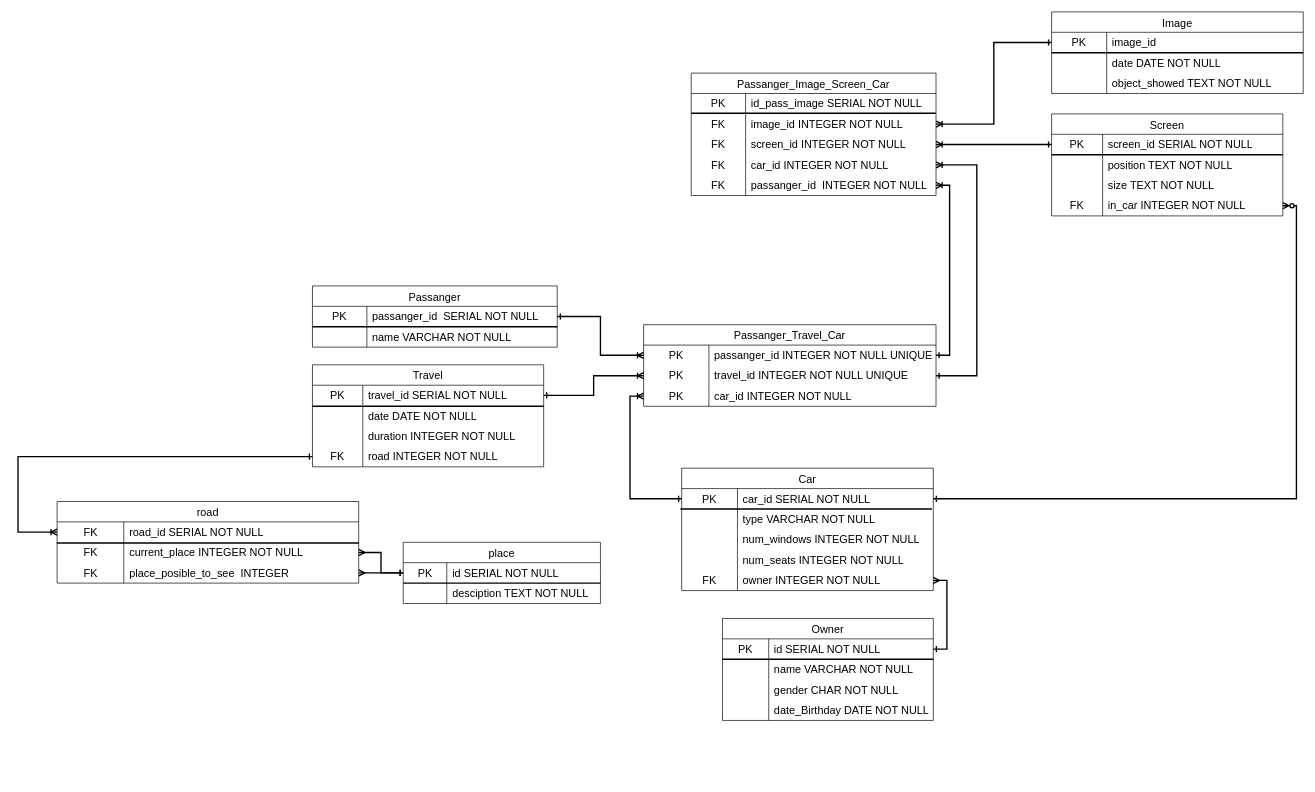
The draw.io diagram Untitled Diagram.drawio in J-RAY3E/UNI, before the edit. Source tidied: cells renumbered, new cells numbered last; positions are measured from the earlier drawing's top-left corner, leaving out a move shared by most shapes. Both pictures are drawn from the tidied source at 68%, with x=0, y=0 at pixel (18, 12).
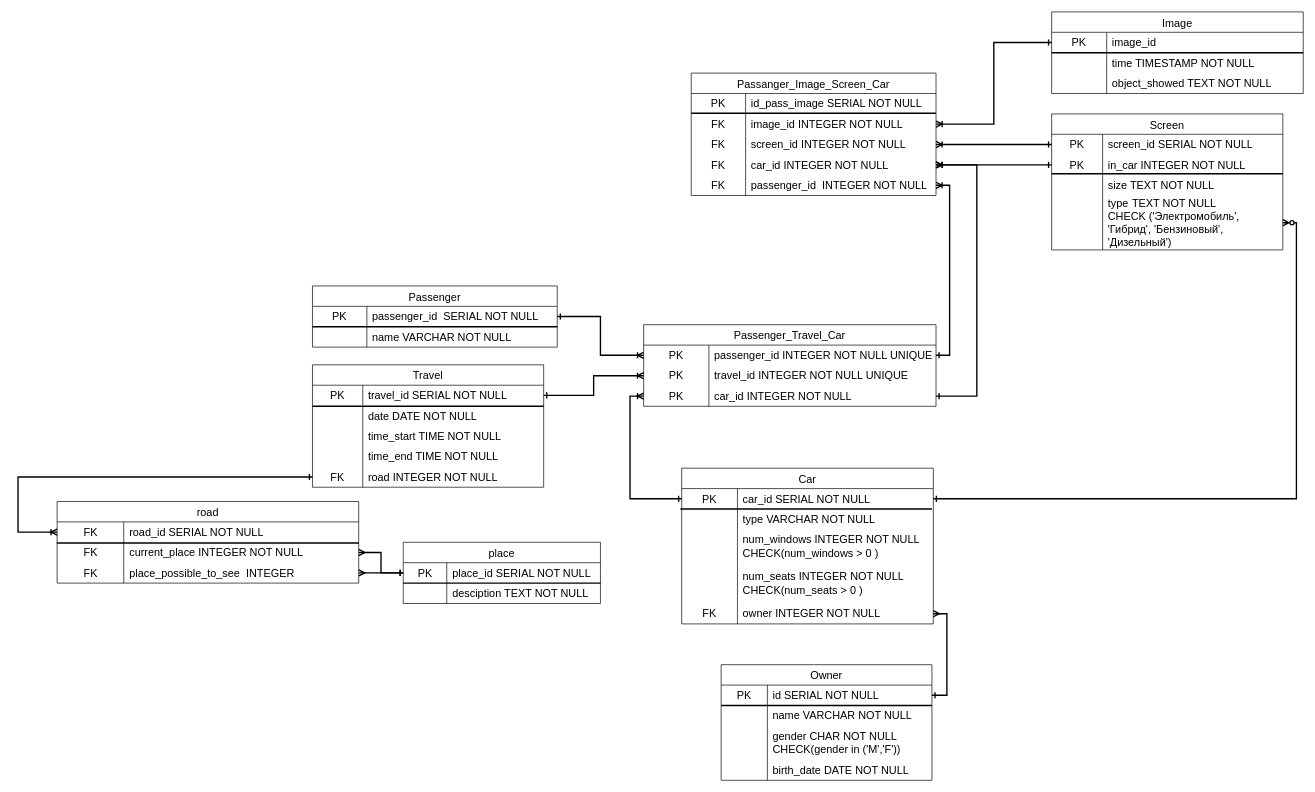
The same diagram, later.

Unchanged cells that the change refers to:
```xml
<mxCell id="3" style="shape=tableRow;horizontal=0;startSize=0;swimlaneHead=0;swimlaneBody=0;top=0;left=0;bottom=0;right=0;fillColor=none;points=[[0,0.5],[1,0.5]];portConstraint=eastwest;strokeColor=inherit;fontSize=16;" parent="2" vertex="1">
  <mxGeometry y="30" width="310" height="30" as="geometry" />
</mxCell>
<mxCell id="40" style="shape=tableRow;horizontal=0;startSize=0;swimlaneHead=0;swimlaneBody=0;top=0;left=0;bottom=0;right=0;fillColor=none;strokeColor=inherit;fontSize=16;" parent="33" vertex="1">
  <mxGeometry y="90" width="340" height="30" as="geometry" />
</mxCell>
<mxCell id="51" style="shape=tableRow;horizontal=0;startSize=0;swimlaneHead=0;swimlaneBody=0;top=0;left=0;bottom=0;right=0;fillColor=none;strokeColor=inherit;fontSize=16;" parent="47" vertex="1">
  <mxGeometry y="60" width="370" height="30" as="geometry" />
</mxCell>
<mxCell id="62" style="shape=tableRow;horizontal=0;startSize=0;swimlaneHead=0;swimlaneBody=0;top=0;left=0;bottom=0;right=0;fillColor=none;points=[[0,0.5],[1,0.5]];portConstraint=eastwest;strokeColor=inherit;fontSize=16;" parent="58" vertex="1">
  <mxGeometry y="60" width="340" height="30" as="geometry" />
</mxCell>
<mxCell id="72" style="shape=tableRow;horizontal=0;startSize=0;swimlaneHead=0;swimlaneBody=0;top=0;left=0;bottom=0;right=0;fillColor=none;points=[[0,0.5],[1,0.5]];portConstraint=eastwest;strokeColor=inherit;fontSize=16;" parent="71" vertex="1">
  <mxGeometry y="30" width="360" height="30" as="geometry" />
</mxCell>
<mxCell id="80" style="shape=tableRow;horizontal=0;startSize=0;swimlaneHead=0;swimlaneBody=0;top=0;left=0;bottom=0;right=0;fillColor=none;points=[[0,0.5],[1,0.5]];portConstraint=eastwest;strokeColor=inherit;fontSize=16;" parent="79" vertex="1">
  <mxGeometry y="30" width="290" height="30" as="geometry" />
</mxCell>
<mxCell id="92" style="shape=tableRow;horizontal=0;startSize=0;swimlaneHead=0;swimlaneBody=0;top=0;left=0;bottom=0;right=0;fillColor=none;points=[[0,0.5],[1,0.5]];portConstraint=eastwest;strokeColor=inherit;fontSize=16;" parent="91" vertex="1">
  <mxGeometry y="30" width="443.5" height="30" as="geometry" />
</mxCell>
<mxCell id="98" style="shape=tableRow;horizontal=0;startSize=0;swimlaneHead=0;swimlaneBody=0;top=0;left=0;bottom=0;right=0;fillColor=none;points=[[0,0.5],[1,0.5]];portConstraint=eastwest;strokeColor=inherit;fontSize=16;" parent="91" vertex="1">
  <mxGeometry y="90" width="443.5" height="30" as="geometry" />
</mxCell>
<mxCell id="114" style="shape=tableRow;horizontal=0;startSize=0;swimlaneHead=0;swimlaneBody=0;top=0;left=0;bottom=0;right=0;fillColor=none;points=[[0,0.5],[1,0.5]];portConstraint=eastwest;strokeColor=inherit;fontSize=16;" parent="104" vertex="1">
  <mxGeometry y="120" width="360" height="30" as="geometry" />
</mxCell>
<mxCell id="117" style="shape=tableRow;horizontal=0;startSize=0;swimlaneHead=0;swimlaneBody=0;top=0;left=0;bottom=0;right=0;fillColor=none;points=[[0,0.5],[1,0.5]];portConstraint=eastwest;strokeColor=inherit;fontSize=16;" parent="104" vertex="1">
  <mxGeometry y="150" width="360" height="30" as="geometry" />
</mxCell>
<mxCell id="122" style="shape=tableRow;horizontal=0;startSize=0;swimlaneHead=0;swimlaneBody=0;top=0;left=0;bottom=0;right=0;fillColor=none;points=[[0,0.5],[1,0.5]];portConstraint=eastwest;strokeColor=inherit;fontSize=16;" parent="121" vertex="1">
  <mxGeometry y="30" width="430" height="30" as="geometry" />
</mxCell>
<mxCell id="125" style="shape=tableRow;horizontal=0;startSize=0;swimlaneHead=0;swimlaneBody=0;top=0;left=0;bottom=0;right=0;fillColor=none;points=[[0,0.5],[1,0.5]];portConstraint=eastwest;strokeColor=inherit;fontSize=16;" parent="121" vertex="1">
  <mxGeometry y="60" width="430" height="30" as="geometry" />
</mxCell>
<mxCell id="128" style="shape=tableRow;horizontal=0;startSize=0;swimlaneHead=0;swimlaneBody=0;top=0;left=0;bottom=0;right=0;fillColor=none;points=[[0,0.5],[1,0.5]];portConstraint=eastwest;strokeColor=inherit;fontSize=16;" parent="121" vertex="1">
  <mxGeometry y="90" width="430" height="30" as="geometry" />
</mxCell>
```

Change to the diagram source:
```diff
@@
     <mxCell id="2" value="Owner" style="shape=table;startSize=30;childLayout=tableLayout;rowLines=0;fontStyle=0;strokeColor=default;fontSize=16;" parent="1" vertex="1">
-      <mxGeometry x="1036" y="892" width="310" height="150" as="geometry" />
+      <mxGeometry x="1034" y="960" width="310" height="170" as="geometry" />
     </mxCell>
@@
     <mxCell id="9" style="shape=tableRow;horizontal=0;startSize=0;swimlaneHead=0;swimlaneBody=0;top=0;left=0;bottom=0;right=0;fillColor=none;strokeColor=inherit;fontSize=16;" parent="2" vertex="1">
-      <mxGeometry y="90" width="310" height="30" as="geometry" />
+      <mxGeometry y="90" width="310" height="50" as="geometry" />
     </mxCell>
     <mxCell id="10" style="shape=partialRectangle;html=1;whiteSpace=wrap;fillColor=none;top=0;left=0;bottom=0;right=0;overflow=hidden;strokeColor=inherit;fontSize=16;" parent="9" vertex="1">
-      <mxGeometry width="68" height="30" as="geometry" />
+      <mxGeometry width="68" height="50" as="geometry" />
     </mxCell>
-    <mxCell id="11" value="gender CHAR NOT NULL" style="shape=partialRectangle;html=1;whiteSpace=wrap;fillColor=none;top=0;left=0;bottom=0;right=0;align=left;spacingLeft=6;overflow=hidden;strokeColor=inherit;fontSize=16;" parent="9" vertex="1">
-      <mxGeometry x="68" width="242" height="30" as="geometry" />
+    <mxCell id="11" value="gender CHAR NOT NULL&lt;div&gt;CHECK(gender in ('M','F'))&lt;/div&gt;" style="shape=partialRectangle;html=1;whiteSpace=wrap;fillColor=none;top=0;left=0;bottom=0;right=0;align=left;spacingLeft=6;overflow=hidden;strokeColor=inherit;fontSize=16;" parent="9" vertex="1">
+      <mxGeometry x="68" width="242" height="50" as="geometry" />
     </mxCell>
     <mxCell id="12" style="shape=tableRow;horizontal=0;startSize=0;swimlaneHead=0;swimlaneBody=0;top=0;left=0;bottom=0;right=0;fillColor=none;strokeColor=inherit;fontSize=16;" parent="2" vertex="1">
-      <mxGeometry y="120" width="310" height="30" as="geometry" />
+      <mxGeometry y="140" width="310" height="30" as="geometry" />
     </mxCell>
@@
-    <mxCell id="14" value="date_Birthday DATE NOT NULL" style="shape=partialRectangle;html=1;whiteSpace=wrap;fillColor=none;top=0;left=0;bottom=0;right=0;align=left;spacingLeft=6;overflow=hidden;strokeColor=inherit;fontSize=16;" parent="12" vertex="1">
+    <mxCell id="14" value="birth_date DATE NOT NULL" style="shape=partialRectangle;html=1;whiteSpace=wrap;fillColor=none;top=0;left=0;bottom=0;right=0;align=left;spacingLeft=6;overflow=hidden;strokeColor=inherit;fontSize=16;" parent="12" vertex="1">
       <mxGeometry x="68" width="242" height="30" as="geometry" />
     </mxCell>
     <mxCell id="15" style="line;strokeWidth=2;html=1;" parent="1" vertex="1">
-      <mxGeometry x="1036" y="947" width="310" height="10" as="geometry" />
+      <mxGeometry x="1034" y="1015" width="310" height="10" as="geometry" />
     </mxCell>
     <mxCell id="16" value="Car" style="shape=table;startSize=30;childLayout=tableLayout;rowLines=0;fontStyle=0;strokeColor=default;fontSize=16;" parent="1" vertex="1">
-      <mxGeometry x="976" y="671" width="370" height="180" as="geometry" />
+      <mxGeometry x="976" y="671" width="370" height="229" as="geometry" />
     </mxCell>
@@
     <mxCell id="23" style="shape=tableRow;horizontal=0;startSize=0;swimlaneHead=0;swimlaneBody=0;top=0;left=0;bottom=0;right=0;fillColor=none;strokeColor=inherit;fontSize=16;" parent="16" vertex="1">
-      <mxGeometry y="90" width="370" height="30" as="geometry" />
+      <mxGeometry y="90" width="370" height="49" as="geometry" />
     </mxCell>
     <mxCell id="24" style="shape=partialRectangle;html=1;whiteSpace=wrap;fillColor=none;top=0;left=0;bottom=0;right=0;overflow=hidden;strokeColor=inherit;fontSize=16;" parent="23" vertex="1">
-      <mxGeometry width="82" height="30" as="geometry" />
+      <mxGeometry width="82" height="49" as="geometry" />
     </mxCell>
-    <mxCell id="25" value="num_windows INTEGER NOT NULL" style="shape=partialRectangle;html=1;whiteSpace=wrap;fillColor=none;top=0;left=0;bottom=0;right=0;align=left;spacingLeft=6;overflow=hidden;strokeColor=inherit;fontSize=16;" parent="23" vertex="1">
-      <mxGeometry x="82" width="288" height="30" as="geometry" />
+    <mxCell id="25" value="num_windows INTEGER NOT NULL&lt;div&gt;CHECK(num_windows &amp;gt; 0 )&lt;/div&gt;" style="shape=partialRectangle;html=1;whiteSpace=wrap;fillColor=none;top=0;left=0;bottom=0;right=0;align=left;spacingLeft=6;overflow=hidden;strokeColor=inherit;fontSize=16;" parent="23" vertex="1">
+      <mxGeometry x="82" width="288" height="49" as="geometry" />
     </mxCell>
     <mxCell id="26" style="shape=tableRow;horizontal=0;startSize=0;swimlaneHead=0;swimlaneBody=0;top=0;left=0;bottom=0;right=0;fillColor=none;strokeColor=inherit;fontSize=16;" parent="16" vertex="1">
-      <mxGeometry y="120" width="370" height="30" as="geometry" />
+      <mxGeometry y="139" width="370" height="60" as="geometry" />
     </mxCell>
     <mxCell id="27" style="shape=partialRectangle;html=1;whiteSpace=wrap;fillColor=none;top=0;left=0;bottom=0;right=0;overflow=hidden;strokeColor=inherit;fontSize=16;" parent="26" vertex="1">
-      <mxGeometry width="82" height="30" as="geometry" />
+      <mxGeometry width="82" height="60" as="geometry" />
     </mxCell>
-    <mxCell id="28" value="num_seats INTEGER NOT NULL" style="shape=partialRectangle;html=1;whiteSpace=wrap;fillColor=none;top=0;left=0;bottom=0;right=0;align=left;spacingLeft=6;overflow=hidden;strokeColor=inherit;fontSize=16;" parent="26" vertex="1">
-      <mxGeometry x="82" width="288" height="30" as="geometry" />
+    <mxCell id="28" value="num_seats INTEGER NOT NULL&lt;div&gt;CHECK(num_seats &amp;gt; 0 )&lt;/div&gt;" style="shape=partialRectangle;html=1;whiteSpace=wrap;fillColor=none;top=0;left=0;bottom=0;right=0;align=left;spacingLeft=6;overflow=hidden;strokeColor=inherit;fontSize=16;" parent="26" vertex="1">
+      <mxGeometry x="82" width="288" height="60" as="geometry" />
     </mxCell>
     <mxCell id="29" style="shape=tableRow;horizontal=0;startSize=0;swimlaneHead=0;swimlaneBody=0;top=0;left=0;bottom=0;right=0;fillColor=none;points=[[0,0.5],[1,0.5]];portConstraint=eastwest;strokeColor=inherit;fontSize=16;" parent="16" vertex="1">
-      <mxGeometry y="150" width="370" height="30" as="geometry" />
+      <mxGeometry y="199" width="370" height="30" as="geometry" />
     </mxCell>
@@
     <mxCell id="33" value="Travel" style="shape=table;startSize=30;childLayout=tableLayout;rowLines=0;fontStyle=0;strokeColor=default;fontSize=16;" parent="1" vertex="1">
-      <mxGeometry x="433" y="519" width="340" height="150" as="geometry" />
+      <mxGeometry x="433" y="519" width="340" height="180" as="geometry" />
     </mxCell>
@@
-    <mxCell id="42" value="duration INTEGER NOT NULL" style="shape=partialRectangle;html=1;whiteSpace=wrap;fillColor=none;top=0;left=0;bottom=0;right=0;align=left;spacingLeft=6;overflow=hidden;strokeColor=inherit;fontSize=16;" parent="40" vertex="1">
+    <mxCell id="42" value="time_start TIME NOT NULL" style="shape=partialRectangle;html=1;whiteSpace=wrap;fillColor=none;top=0;left=0;bottom=0;right=0;align=left;spacingLeft=6;overflow=hidden;strokeColor=inherit;fontSize=16;" parent="40" vertex="1">
       <mxGeometry x="74" width="266" height="30" as="geometry" />
     </mxCell>
+    <mxCell id="139" style="shape=tableRow;horizontal=0;startSize=0;swimlaneHead=0;swimlaneBody=0;top=0;left=0;bottom=0;right=0;fillColor=none;strokeColor=inherit;fontSize=16;" parent="33" vertex="1">
+      <mxGeometry y="120" width="340" height="30" as="geometry" />
+    </mxCell>
+    <mxCell id="140" style="shape=partialRectangle;html=1;whiteSpace=wrap;fillColor=none;top=0;left=0;bottom=0;right=0;overflow=hidden;strokeColor=inherit;fontSize=16;" parent="139" vertex="1">
+      <mxGeometry width="74" height="30" as="geometry" />
+    </mxCell>
+    <mxCell id="141" value="time_end TIME NOT NULL" style="shape=partialRectangle;html=1;whiteSpace=wrap;fillColor=none;top=0;left=0;bottom=0;right=0;align=left;spacingLeft=6;overflow=hidden;strokeColor=inherit;fontSize=16;" parent="139" vertex="1">
+      <mxGeometry x="74" width="266" height="30" as="geometry" />
+    </mxCell>
     <mxCell id="43" style="shape=tableRow;horizontal=0;startSize=0;swimlaneHead=0;swimlaneBody=0;top=0;left=0;bottom=0;right=0;fillColor=none;points=[[0,0.5],[1,0.5]];portConstraint=eastwest;strokeColor=inherit;fontSize=16;" parent="33" vertex="1">
-      <mxGeometry y="120" width="340" height="30" as="geometry" />
+      <mxGeometry y="150" width="340" height="30" as="geometry" />
     </mxCell>
@@
-    <mxCell id="53" value="date DATE NOT NULL" style="shape=partialRectangle;html=1;whiteSpace=wrap;fillColor=none;top=0;left=0;bottom=0;right=0;align=left;spacingLeft=6;overflow=hidden;strokeColor=inherit;fontSize=16;" parent="51" vertex="1">
+    <mxCell id="53" value="time TIMESTAMP NOT NULL" style="shape=partialRectangle;html=1;whiteSpace=wrap;fillColor=none;top=0;left=0;bottom=0;right=0;align=left;spacingLeft=6;overflow=hidden;strokeColor=inherit;fontSize=16;" parent="51" vertex="1">
       <mxGeometry x="81" width="289" height="30" as="geometry" />
     </mxCell>
@@
     <mxCell id="58" value="Screen" style="shape=table;startSize=30;childLayout=tableLayout;rowLines=0;fontStyle=0;strokeColor=default;fontSize=16;" parent="1" vertex="1">
-      <mxGeometry x="1520" y="150" width="340" height="150" as="geometry" />
+      <mxGeometry x="1520" y="150" width="340" height="200" as="geometry" />
     </mxCell>
@@
-    <mxCell id="63" style="shape=partialRectangle;html=1;whiteSpace=wrap;fillColor=none;top=0;left=0;bottom=0;right=0;overflow=hidden;strokeColor=inherit;fontSize=16;" parent="62" vertex="1">
+    <mxCell id="63" value="PK" style="shape=partialRectangle;html=1;whiteSpace=wrap;fillColor=none;top=0;left=0;bottom=0;right=0;overflow=hidden;strokeColor=inherit;fontSize=16;" parent="62" vertex="1">
       <mxGeometry width="75" height="30" as="geometry" />
     </mxCell>
-    <mxCell id="64" value="position TEXT&amp;nbsp;NOT NULL" style="shape=partialRectangle;html=1;whiteSpace=wrap;fillColor=none;top=0;left=0;bottom=0;right=0;align=left;spacingLeft=6;overflow=hidden;strokeColor=inherit;fontSize=16;" parent="62" vertex="1">
+    <mxCell id="64" value="in_car INTEGER NOT NULL" style="shape=partialRectangle;html=1;whiteSpace=wrap;fillColor=none;top=0;left=0;bottom=0;right=0;align=left;spacingLeft=6;overflow=hidden;strokeColor=inherit;fontSize=16;" parent="62" vertex="1">
       <mxGeometry x="75" width="265" height="30" as="geometry" />
     </mxCell>
@@
     <mxCell id="68" style="shape=tableRow;horizontal=0;startSize=0;swimlaneHead=0;swimlaneBody=0;top=0;left=0;bottom=0;right=0;fillColor=none;points=[[0,0.5],[1,0.5]];portConstraint=eastwest;strokeColor=inherit;fontSize=16;" parent="58" vertex="1">
-      <mxGeometry y="120" width="340" height="30" as="geometry" />
+      <mxGeometry y="120" width="340" height="80" as="geometry" />
     </mxCell>
-    <mxCell id="69" value="FK" style="shape=partialRectangle;html=1;whiteSpace=wrap;fillColor=none;top=0;left=0;bottom=0;right=0;overflow=hidden;strokeColor=inherit;fontSize=16;" parent="68" vertex="1">
-      <mxGeometry width="75" height="30" as="geometry" />
+    <mxCell id="69" style="shape=partialRectangle;html=1;whiteSpace=wrap;fillColor=none;top=0;left=0;bottom=0;right=0;overflow=hidden;strokeColor=inherit;fontSize=16;" parent="68" vertex="1">
+      <mxGeometry width="75" height="80" as="geometry" />
     </mxCell>
-    <mxCell id="70" value="in_car INTEGER NOT NULL" style="shape=partialRectangle;html=1;whiteSpace=wrap;fillColor=none;top=0;left=0;bottom=0;right=0;align=left;spacingLeft=6;overflow=hidden;strokeColor=inherit;fontSize=16;" parent="68" vertex="1">
-      <mxGeometry x="75" width="265" height="30" as="geometry" />
+    <mxCell id="70" value="type&lt;span style=&quot;white-space: pre;&quot;&gt;&#9;&lt;/span&gt;TEXT NOT NULL&lt;div&gt;CHECK&amp;nbsp;('Электромобиль', 'Гибрид', 'Бензиновый', 'Дизельный')&lt;/div&gt;" style="shape=partialRectangle;html=1;whiteSpace=wrap;fillColor=none;top=0;left=0;bottom=0;right=0;align=left;spacingLeft=6;overflow=hidden;strokeColor=inherit;fontSize=16;" parent="68" vertex="1">
+      <mxGeometry x="75" width="265" height="80" as="geometry" />
     </mxCell>
-    <mxCell id="71" value="Passanger" style="shape=table;startSize=30;childLayout=tableLayout;rowLines=0;fontStyle=0;strokeColor=default;fontSize=16;" parent="1" vertex="1">
+    <mxCell id="71" value="Passenger" style="shape=table;startSize=30;childLayout=tableLayout;rowLines=0;fontStyle=0;strokeColor=default;fontSize=16;" parent="1" vertex="1">
       <mxGeometry x="433" y="403" width="360" height="90" as="geometry" />
     </mxCell>
@@
-    <mxCell id="74" value="passanger_id&amp;nbsp; SERIAL NOT NULL" style="shape=partialRectangle;html=1;whiteSpace=wrap;fillColor=none;top=0;left=0;bottom=0;right=0;align=left;spacingLeft=6;overflow=hidden;strokeColor=inherit;fontSize=16;" parent="72" vertex="1">
+    <mxCell id="74" value="passenger_id&amp;nbsp; SERIAL NOT NULL" style="shape=partialRectangle;html=1;whiteSpace=wrap;fillColor=none;top=0;left=0;bottom=0;right=0;align=left;spacingLeft=6;overflow=hidden;strokeColor=inherit;fontSize=16;" parent="72" vertex="1">
       <mxGeometry x="80" width="280" height="30" as="geometry" />
     </mxCell>
@@
-    <mxCell id="82" value="id SERIAL NOT NULL" style="shape=partialRectangle;html=1;whiteSpace=wrap;fillColor=none;top=0;left=0;bottom=0;right=0;align=left;spacingLeft=6;overflow=hidden;strokeColor=inherit;fontSize=16;" parent="80" vertex="1">
+    <mxCell id="82" value="place_id SERIAL NOT NULL" style="shape=partialRectangle;html=1;whiteSpace=wrap;fillColor=none;top=0;left=0;bottom=0;right=0;align=left;spacingLeft=6;overflow=hidden;strokeColor=inherit;fontSize=16;" parent="80" vertex="1">
       <mxGeometry x="64" width="226" height="30" as="geometry" />
     </mxCell>
@@
     <mxCell id="87" style="line;strokeWidth=2;html=1;" parent="1" vertex="1">
-      <mxGeometry x="1520" y="205" width="340" height="10" as="geometry" />
+      <mxGeometry x="1520" y="233" width="340" height="10" as="geometry" />
     </mxCell>
     <mxCell id="88" style="edgeStyle=orthogonalEdgeStyle;rounded=0;jettySize=auto;html=1;entryX=1;entryY=0.5;entryDx=0;entryDy=0;startArrow=ERone;startFill=0;endArrow=ERmany;endFill=0;strokeWidth=2;" parent="1" edge="1" source="3" target="29">
       <mxGeometry relative="1" as="geometry">
         <Array as="points">
-          <mxPoint x="1366" y="937" />
-          <mxPoint x="1366" y="836" />
+          <mxPoint x="1366" y="1005" />
+          <mxPoint x="1366" y="885" />
         </Array>
       </mxGeometry>
     </mxCell>
@@
-    <mxCell id="100" value="place_posible_to_see&amp;nbsp; INTEGER" style="shape=partialRectangle;html=1;whiteSpace=wrap;fillColor=none;top=0;left=0;bottom=0;right=0;align=left;spacingLeft=6;overflow=hidden;strokeColor=inherit;fontSize=16;" parent="98" vertex="1">
+    <mxCell id="100" value="place_possible_to_see&amp;nbsp; INTEGER" style="shape=partialRectangle;html=1;whiteSpace=wrap;fillColor=none;top=0;left=0;bottom=0;right=0;align=left;spacingLeft=6;overflow=hidden;strokeColor=inherit;fontSize=16;" parent="98" vertex="1">
       <mxGeometry x="98" width="345" height="30" as="geometry" />
     </mxCell>
@@
-    <mxCell id="119" value="passanger_id&amp;nbsp;&amp;nbsp;INTEGER NOT NULL" style="shape=partialRectangle;html=1;whiteSpace=wrap;fillColor=none;top=0;left=0;bottom=0;right=0;align=left;spacingLeft=6;overflow=hidden;strokeColor=inherit;fontSize=16;" parent="117" vertex="1">
+    <mxCell id="119" value="passenger_id&amp;nbsp;&amp;nbsp;INTEGER NOT NULL" style="shape=partialRectangle;html=1;whiteSpace=wrap;fillColor=none;top=0;left=0;bottom=0;right=0;align=left;spacingLeft=6;overflow=hidden;strokeColor=inherit;fontSize=16;" parent="117" vertex="1">
       <mxGeometry x="80" width="280" height="30" as="geometry" />
     </mxCell>
@@
-    <mxCell id="121" value="Passanger_Travel_Car" style="shape=table;startSize=30;childLayout=tableLayout;rowLines=0;fontStyle=0;strokeColor=default;fontSize=16;" parent="1" vertex="1">
+    <mxCell id="121" value="Passenger_Travel_Car" style="shape=table;startSize=30;childLayout=tableLayout;rowLines=0;fontStyle=0;strokeColor=default;fontSize=16;" parent="1" vertex="1">
       <mxGeometry x="920" y="460" width="430" height="120" as="geometry" />
     </mxCell>
@@
-    <mxCell id="124" value="passanger_id INTEGER NOT NULL UNIQUE" style="shape=partialRectangle;html=1;whiteSpace=wrap;fillColor=none;top=0;left=0;bottom=0;right=0;align=left;spacingLeft=6;overflow=hidden;strokeColor=inherit;fontSize=16;" parent="122" vertex="1">
+    <mxCell id="124" value="passenger_id INTEGER NOT NULL UNIQUE" style="shape=partialRectangle;html=1;whiteSpace=wrap;fillColor=none;top=0;left=0;bottom=0;right=0;align=left;spacingLeft=6;overflow=hidden;strokeColor=inherit;fontSize=16;" parent="122" vertex="1">
       <mxGeometry x="96" width="334" height="30" as="geometry" />
     </mxCell>
@@
     <mxCell id="134" style="edgeStyle=orthogonalEdgeStyle;rounded=0;jettySize=auto;html=1;entryX=0;entryY=0.5;entryDx=0;entryDy=0;endArrow=ERone;endFill=0;startArrow=ERoneToMany;startFill=0;strokeWidth=2;" parent="1" edge="1" source="92" target="43">
       <mxGeometry relative="1" as="geometry">
         <Array as="points">
           <mxPoint y="765" />
-          <mxPoint y="654" />
+          <mxPoint y="684" />
         </Array>
       </mxGeometry>
     </mxCell>
@@
-    <mxCell id="138" style="edgeStyle=orthogonalEdgeStyle;rounded=0;jettySize=auto;html=1;entryX=1;entryY=0.5;entryDx=0;entryDy=0;strokeWidth=2;startArrow=ERone;startFill=0;endArrow=ERoneToMany;endFill=0;" parent="1" edge="1" source="125" target="114">
+    <mxCell id="138" style="edgeStyle=orthogonalEdgeStyle;rounded=0;jettySize=auto;html=1;entryX=1;entryY=0.5;entryDx=0;entryDy=0;strokeWidth=2;startArrow=ERone;startFill=0;endArrow=ERoneToMany;endFill=0;exitX=1;exitY=0.5;exitDx=0;exitDy=0;" parent="1" edge="1" source="128" target="114">
       <mxGeometry relative="1" as="geometry">
         <Array as="points">
-          <mxPoint x="1410" y="535" />
+          <mxPoint x="1410" y="565" />
           <mxPoint x="1410" y="225" />
         </Array>
       </mxGeometry>
     </mxCell>
+    <mxCell id="142" style="edgeStyle=orthogonalEdgeStyle;rounded=0;jettySize=auto;html=1;entryX=1;entryY=0.5;entryDx=0;entryDy=0;strokeWidth=2;endArrow=ERoneToMany;endFill=0;startArrow=ERone;startFill=0;" parent="1" edge="1" source="62" target="114">
+      <mxGeometry relative="1" as="geometry" />
+    </mxCell>
```
